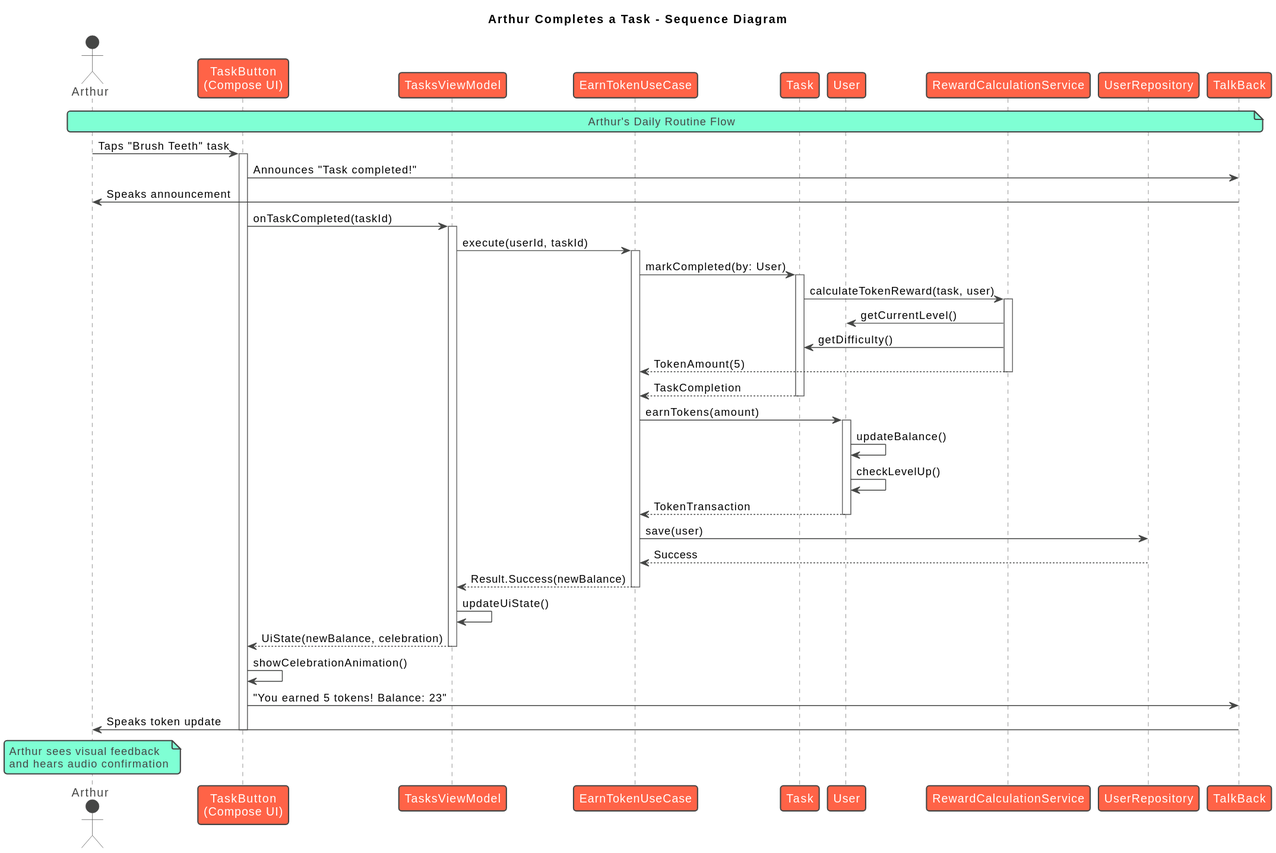
almeidaraphael/arthurs-life-app keeps this PlantUML diagram as docs/diagrams/sequence-task-completion.svg. Above is the earlier version.
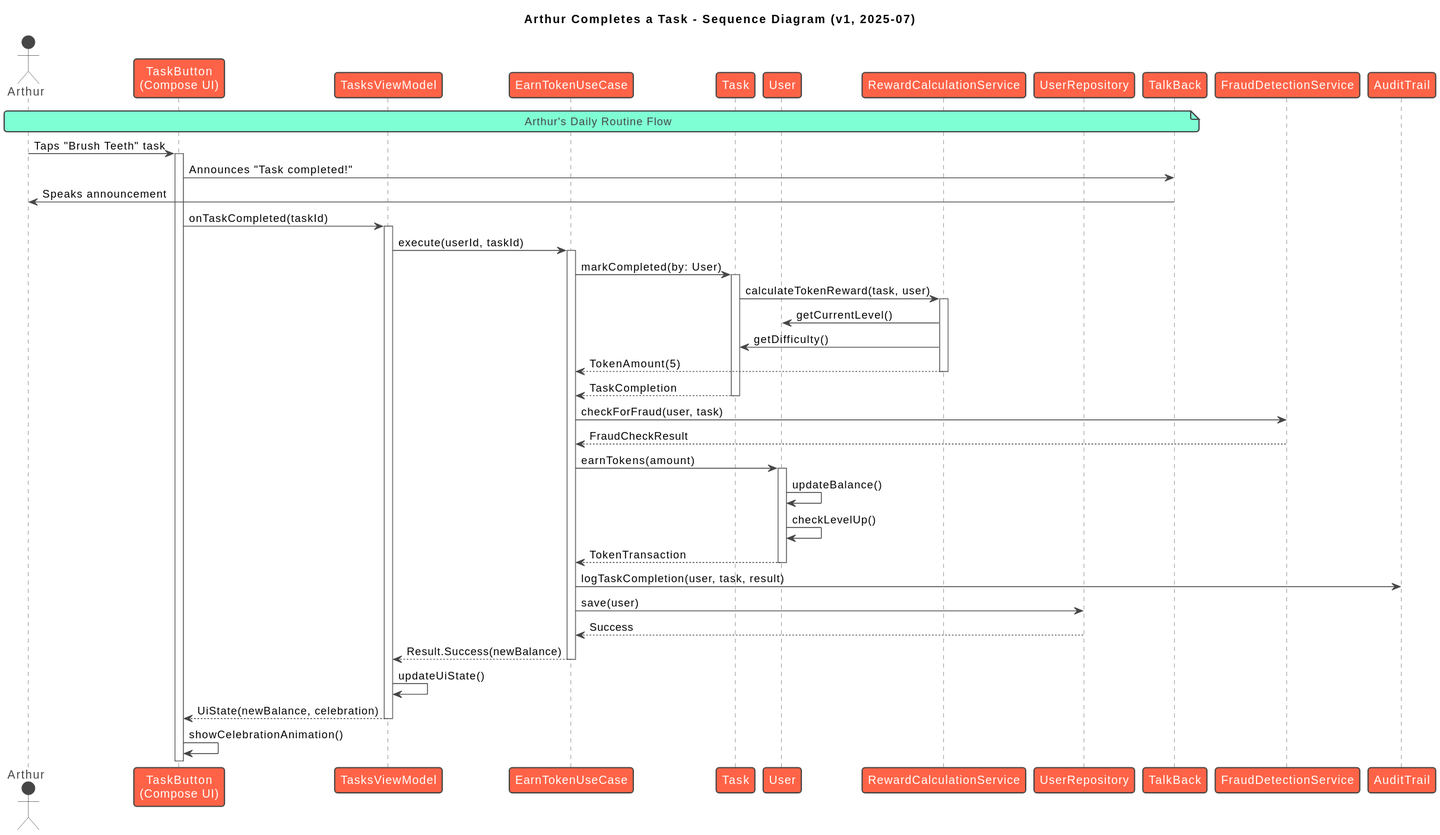
After the change.

Diff of the diagram source:
```diff
@@ -1,7 +1,7 @@
 @startuml
 !theme vibrant
 
-title Arthur Completes a Task - Sequence Diagram
+title Arthur Completes a Task - Sequence Diagram (v1, 2025-07)
 
 actor Arthur as "Arthur"
 participant "TaskButton\n(Compose UI)" as UI
@@ -12,6 +12,8 @@
 participant "RewardCalculationService" as RCS
 participant "UserRepository" as UR
 participant "TalkBack" as TB
+participant "FraudDetectionService" as FDS
+participant "AuditTrail" as Audit
 
 note over Arthur, TB : Arthur's Daily Routine Flow
 
@@ -40,6 +42,9 @@
 Task --> UC : TaskCompletion
 deactivate Task
 
+UC -> FDS : checkForFraud(user, task)
+FDS --> UC : FraudCheckResult
+
 UC -> User : earnTokens(amount)
 activate User
 User -> User : updateBalance()
@@ -47,6 +52,7 @@
 User --> UC : TokenTransaction
 deactivate User
 
+UC -> Audit : logTaskCompletion(user, task, result)
 UC -> UR : save(user)
 UR --> UC : Success
 
@@ -58,10 +64,4 @@
 deactivate VM
 
 UI -> UI : showCelebrationAnimation()
-UI -> TB : "You earned 5 tokens! Balance: 23"
-TB -> Arthur : Speaks token update
-
-deactivate UI
-
-note over Arthur : Arthur sees visual feedback\nand hears audio confirmation
 @enduml
```
